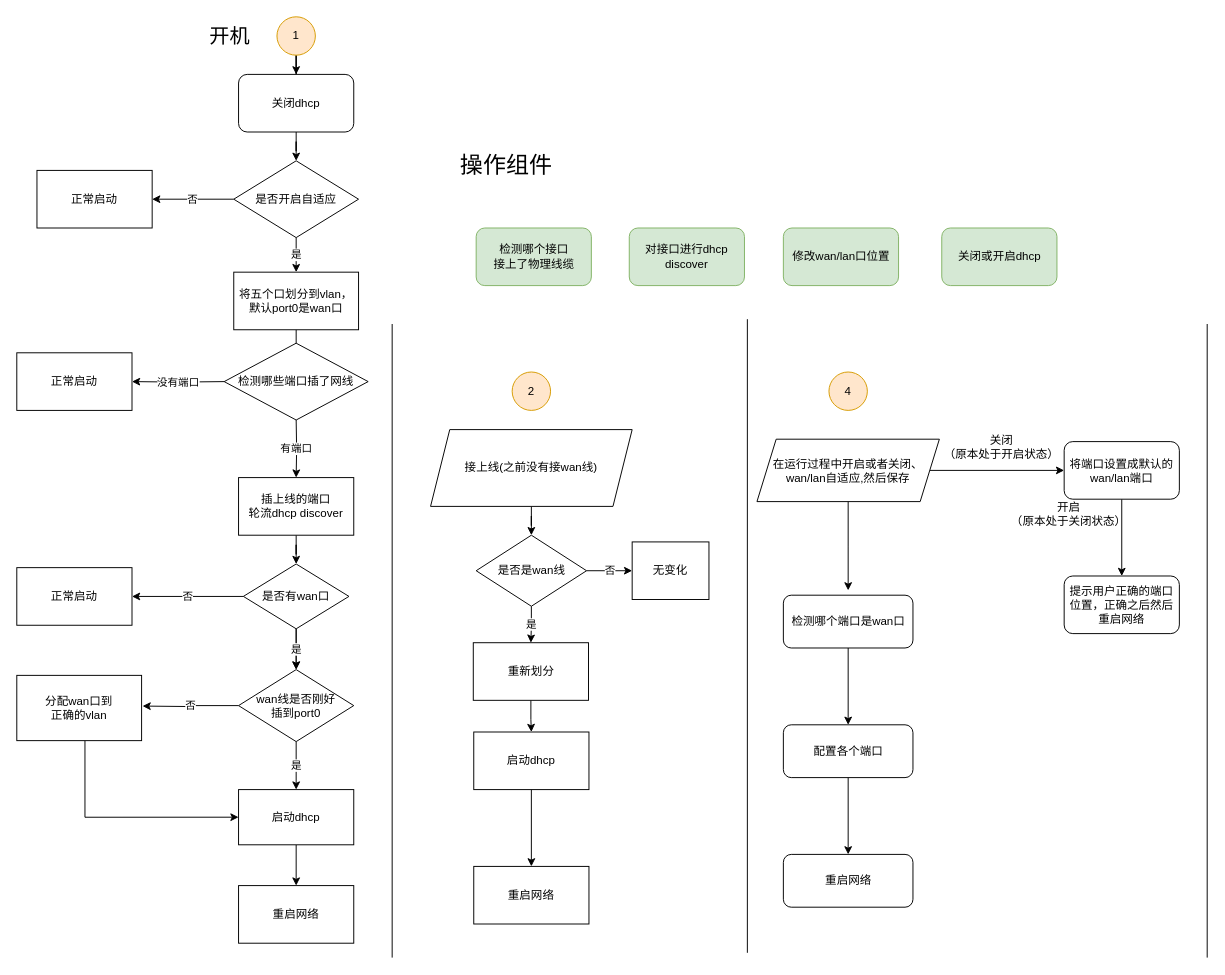
Above: wan/lan_auto_seletct.drawio in EasternCabbage/draw.io (draw.io), before the change. Source tidied: cells renumbered, new cells numbered last; positions are measured from the earlier drawing's top-left corner, leaving out a move shared by most shapes. Both pictures are drawn from the tidied source at 96%, with x=0, y=0 at pixel (16, 16).
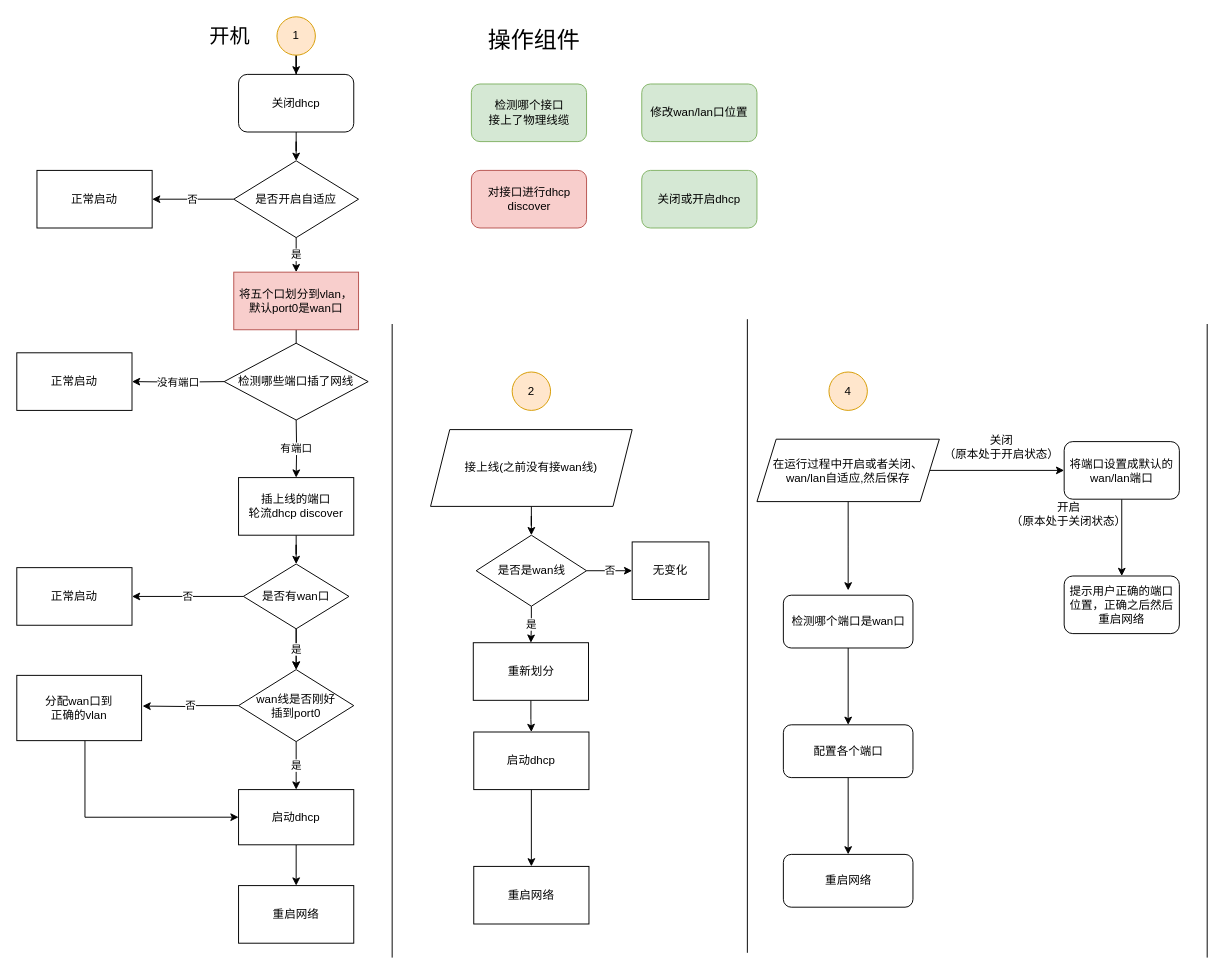
Above is the later version.

Change to the diagram source:
```diff
@@
     <mxCell id="24" value="操作组件" style="text;html=1;strokeColor=none;fillColor=none;align=center;verticalAlign=middle;whiteSpace=wrap;rounded=0;strokeWidth=1;fontSize=24;" parent="1" vertex="1">
-      <mxGeometry x="370" y="130" width="280" height="50" as="geometry" />
+      <mxGeometry x="398.5" width="280" height="50" as="geometry" />
     </mxCell>
     <mxCell id="25" value="检测哪个接口&lt;br&gt;接上了物理线缆" style="rounded=1;whiteSpace=wrap;html=1;fillColor=#d5e8d4;strokeColor=#82b366;" parent="1" vertex="1">
-      <mxGeometry x="478.5" y="220" width="120" height="60" as="geometry" />
+      <mxGeometry x="473.5" y="70" width="120" height="60" as="geometry" />
     </mxCell>
-    <mxCell id="26" value="对接口进行dhcp discover" style="rounded=1;whiteSpace=wrap;html=1;fillColor=#d5e8d4;strokeColor=#82b366;" parent="1" vertex="1">
-      <mxGeometry x="638" y="220" width="120" height="60" as="geometry" />
+    <mxCell id="26" value="对接口进行dhcp discover" style="rounded=1;whiteSpace=wrap;html=1;fillColor=#f8cecc;strokeColor=#b85450;" parent="1" vertex="1">
+      <mxGeometry x="473.5" y="160" width="120" height="60" as="geometry" />
     </mxCell>
     <mxCell id="27" value="修改wan/lan口位置" style="whiteSpace=wrap;html=1;rounded=1;fillColor=#d5e8d4;strokeColor=#82b366;" parent="1" vertex="1">
-      <mxGeometry x="798.5" y="220" width="120" height="60" as="geometry" />
+      <mxGeometry x="651" y="70" width="120" height="60" as="geometry" />
     </mxCell>
     <mxCell id="28" value="关闭或开启dhcp" style="rounded=1;whiteSpace=wrap;html=1;fillColor=#d5e8d4;strokeColor=#82b366;" parent="1" vertex="1">
-      <mxGeometry x="963.5" y="220" width="120" height="60" as="geometry" />
+      <mxGeometry x="651" y="160" width="120" height="60" as="geometry" />
     </mxCell>
@@
-    <mxCell id="36" value="将五个口划分到vlan，默认port0是wan口" style="whiteSpace=wrap;html=1;" parent="1" vertex="1">
+    <mxCell id="36" value="将五个口划分到vlan，默认port0是wan口" style="whiteSpace=wrap;html=1;fillColor=#f8cecc;strokeColor=#b85450;" parent="1" vertex="1">
       <mxGeometry x="226" y="266" width="130" height="60" as="geometry" />
     </mxCell>
```
